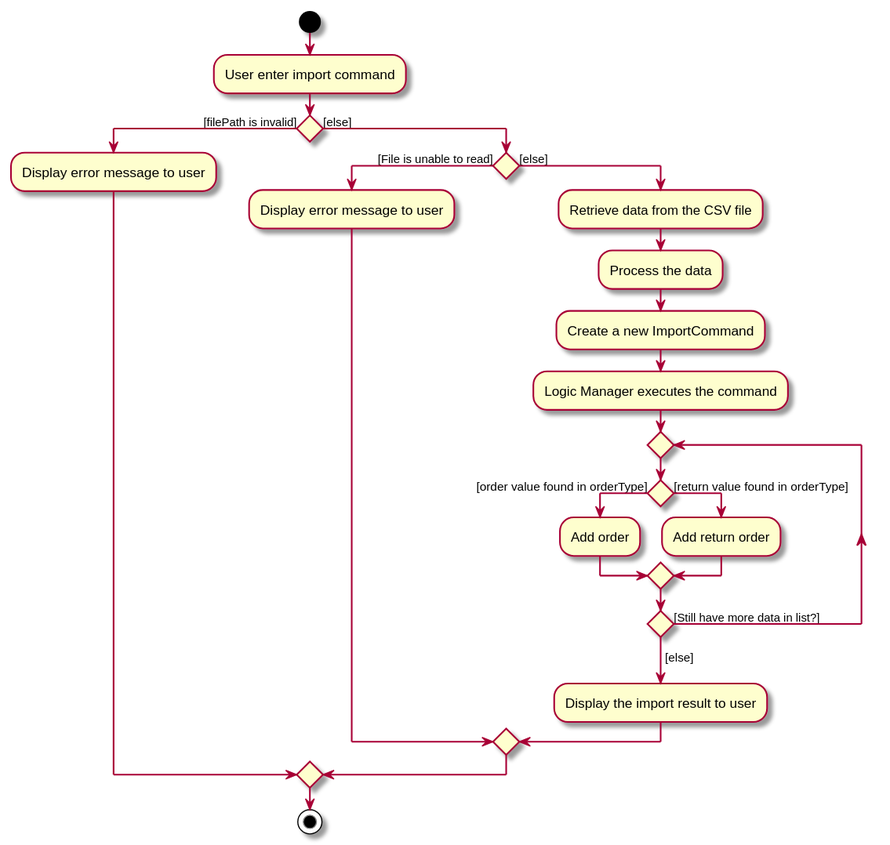
Before: docs/images/ImportActivityDiagram.svg, a diagram exported from PlantUML (nus-cs2103-AY1920S2/addressbook-level3).
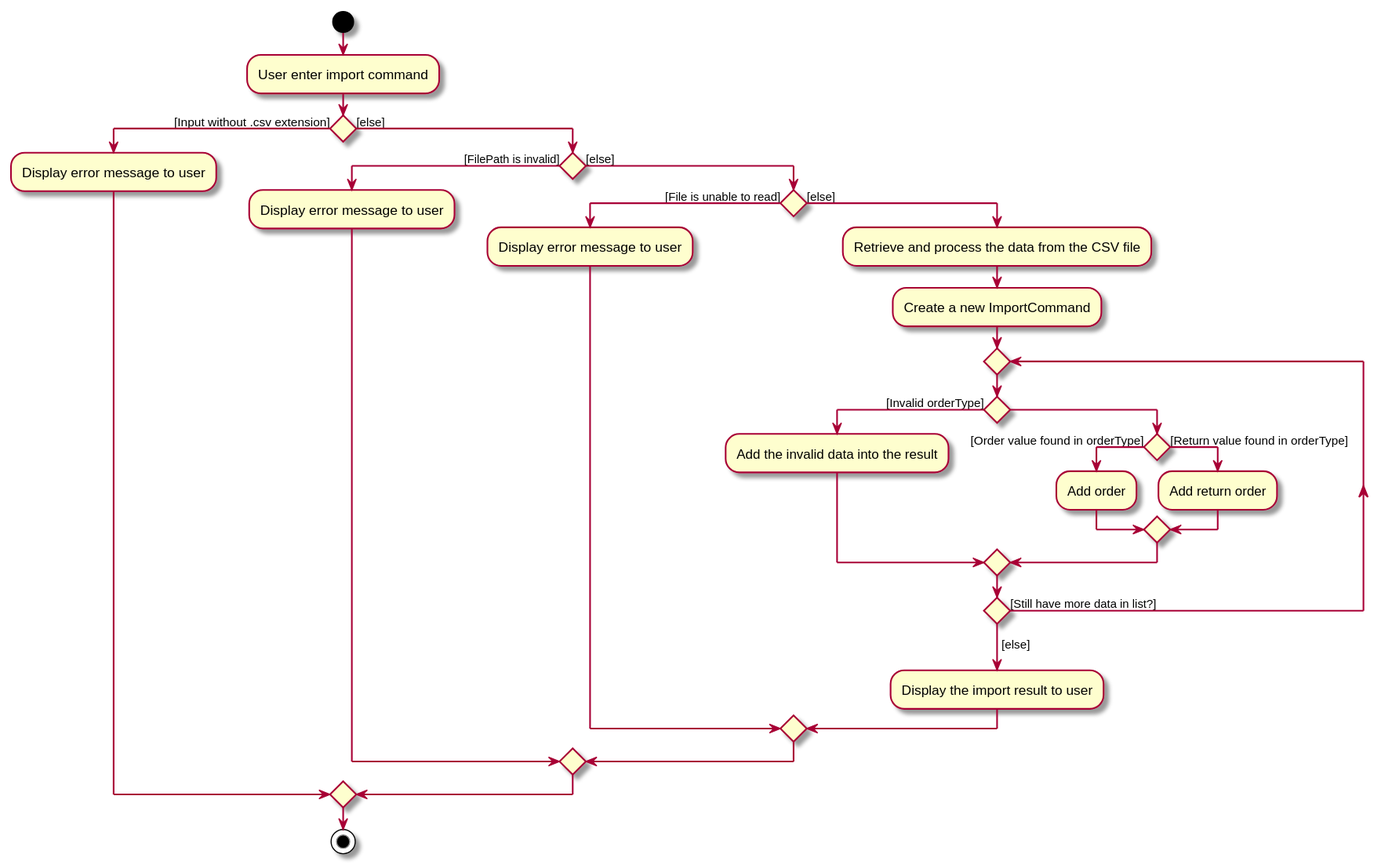
The same file after the commit.

Diff of the diagram source:
```diff
@@ -2,28 +2,34 @@
 
 start
 :User enter import command;
-if () then ([filePath is invalid])
+if () then ([Input without .csv extension])
     :Display error message to user;
-
 else ([else])
-    if() then ([File is unable to read])
+    if () then ([FilePath is invalid])
         :Display error message to user;
 
     else ([else])
-        :Retrieve data from the CSV file;
-        :Process the data;
-        :Create a new ImportCommand;
-        :Logic Manager executes the command;
-        repeat
-            if () then ([order value found in orderType])
-            :Add order;
-            else ([return value found in orderType])
-            :Add return order;
-            endif
-        repeat while () is ([Still have more data in list?])
-        ->[else];
-        :Display the import result to user;
+        if() then ([File is unable to read])
+            :Display error message to user;
+
+        else ([else])
+            :Retrieve  and process the data from the CSV file;
+            :Create a new ImportCommand;
+            repeat
+                if() then ([Invalid orderType])
+                :Add the invalid data into the result;
+                else
+                    if () then ([Order value found in orderType])
+                    :Add order;
+                    else ([Return value found in orderType])
+                    :Add return order;
+                    endif
+                endif
+            repeat while () is ([Still have more data in list?])
+            ->[else];
+            :Display the import result to user;
         endif
-        endif
+    endif
+endif
 stop
 @enduml
```
